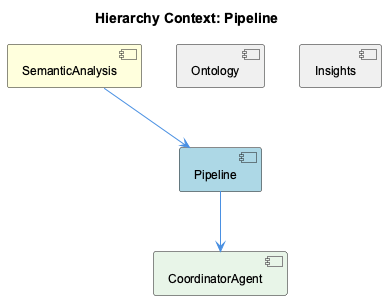
Before: knowledge-management/insights/images/pipeline-relationship.png, a diagram exported from PlantUML (fwornle/coding). Source of this version:
```plantuml
@startuml
!include _standard-style.puml

title Hierarchy Context: Pipeline

[SemanticAnalysis] as semantic_analysis #FFFFDD
[Pipeline] as pipeline #LightBlue
[Ontology] as ontology #F0F0F0
[Insights] as insights #F0F0F0
[CoordinatorAgent] as coordinator_agent #E8F5E8

semantic_analysis --> pipeline
ontology -[hidden]- pipeline
insights -[hidden]- pipeline
pipeline --> coordinator_agent

@enduml
```
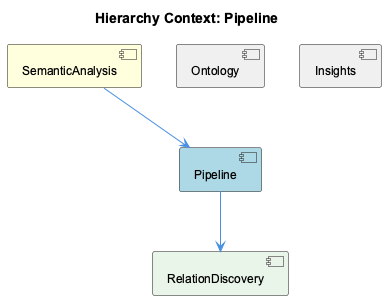
After the change.

Diff of the diagram source:
```diff
@@ -7,11 +7,11 @@
 [Pipeline] as pipeline #LightBlue
 [Ontology] as ontology #F0F0F0
 [Insights] as insights #F0F0F0
-[CoordinatorAgent] as coordinator_agent #E8F5E8
+[RelationDiscovery] as relation_discovery #E8F5E8
 
 semantic_analysis --> pipeline
 ontology -[hidden]- pipeline
 insights -[hidden]- pipeline
-pipeline --> coordinator_agent
+pipeline --> relation_discovery
 
 @enduml
```
